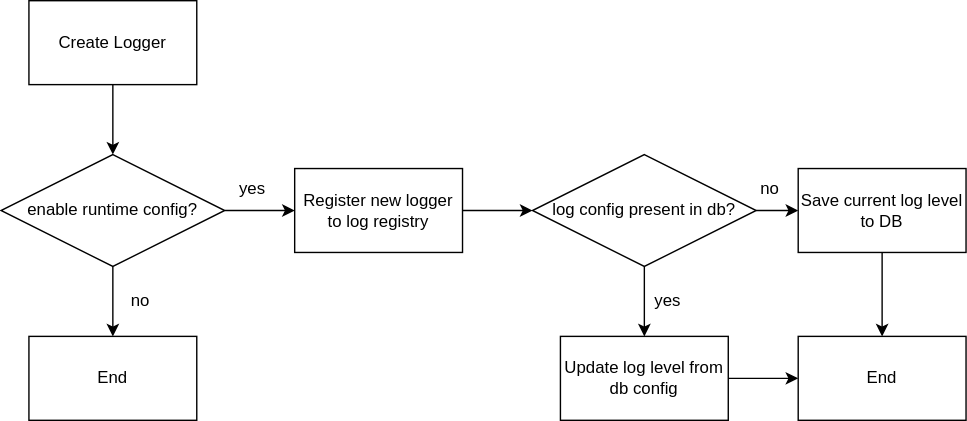
sonic-net/SONiC keeps this draw.io diagram as doc/syslog/images/python_logger_create_flow.svg. Above is the earlier version. Source tidied: cells renumbered, new cells last; positions are measured from the earlier drawing's top-left corner, leaving out a move shared by most shapes. Its diagram source:
```xml
<mxGraphModel>
  <root>
    <mxCell id="0" />
    <mxCell id="1" parent="0" />
    <mxCell id="2" style="edgeStyle=none;html=1;" parent="1" edge="1" source="3" target="6">
      <mxGeometry relative="1" as="geometry" />
    </mxCell>
    <mxCell id="3" value="Create Logger" style="rounded=0;whiteSpace=wrap;html=1;" parent="1" vertex="1">
      <mxGeometry x="20" width="120" height="60" as="geometry" />
    </mxCell>
    <mxCell id="4" style="edgeStyle=none;html=1;" parent="1" edge="1" source="6" target="7">
      <mxGeometry relative="1" as="geometry" />
    </mxCell>
    <mxCell id="5" style="edgeStyle=none;html=1;" parent="1" edge="1" source="6" target="16">
      <mxGeometry relative="1" as="geometry" />
    </mxCell>
    <mxCell id="6" value="enable runtime config?" style="rhombus;whiteSpace=wrap;html=1;" parent="1" vertex="1">
      <mxGeometry y="110" width="160" height="80" as="geometry" />
    </mxCell>
    <mxCell id="7" value="End" style="rounded=0;whiteSpace=wrap;html=1;" parent="1" vertex="1">
      <mxGeometry x="20" y="240" width="120" height="60" as="geometry" />
    </mxCell>
    <mxCell id="8" style="edgeStyle=none;html=1;" parent="1" edge="1" source="9" target="18">
      <mxGeometry relative="1" as="geometry" />
    </mxCell>
    <mxCell id="9" value="Update log level from db config" style="rounded=0;whiteSpace=wrap;html=1;" parent="1" vertex="1">
      <mxGeometry x="400" y="240" width="120" height="60" as="geometry" />
    </mxCell>
    <mxCell id="10" value="no" style="text;html=1;strokeColor=none;fillColor=none;align=center;verticalAlign=middle;whiteSpace=wrap;rounded=0;" parent="1" vertex="1">
      <mxGeometry x="70" y="200" width="60" height="30" as="geometry" />
    </mxCell>
    <mxCell id="11" style="edgeStyle=none;html=1;" parent="1" edge="1" source="13" target="9">
      <mxGeometry relative="1" as="geometry" />
    </mxCell>
    <mxCell id="12" style="edgeStyle=none;html=1;" parent="1" edge="1" source="13" target="21">
      <mxGeometry relative="1" as="geometry" />
    </mxCell>
    <mxCell id="13" value="log config present in db?" style="rhombus;whiteSpace=wrap;html=1;" parent="1" vertex="1">
      <mxGeometry x="380" y="110" width="160" height="80" as="geometry" />
    </mxCell>
    <mxCell id="14" value="yes" style="text;html=1;strokeColor=none;fillColor=none;align=center;verticalAlign=middle;whiteSpace=wrap;rounded=0;" parent="1" vertex="1">
      <mxGeometry x="150" y="120" width="60" height="30" as="geometry" />
    </mxCell>
    <mxCell id="15" style="edgeStyle=none;html=1;" parent="1" edge="1" source="16" target="13">
      <mxGeometry relative="1" as="geometry" />
    </mxCell>
    <mxCell id="16" value="Register new logger to log registry" style="rounded=0;whiteSpace=wrap;html=1;" parent="1" vertex="1">
      <mxGeometry x="210" y="120" width="120" height="60" as="geometry" />
    </mxCell>
    <mxCell id="17" value="yes" style="text;html=1;strokeColor=none;fillColor=none;align=center;verticalAlign=middle;whiteSpace=wrap;rounded=0;" parent="1" vertex="1">
      <mxGeometry x="447" y="200" width="60" height="30" as="geometry" />
    </mxCell>
    <mxCell id="18" value="End" style="rounded=0;whiteSpace=wrap;html=1;" parent="1" vertex="1">
      <mxGeometry x="570" y="240" width="120" height="60" as="geometry" />
    </mxCell>
    <mxCell id="19" value="no" style="text;html=1;strokeColor=none;fillColor=none;align=center;verticalAlign=middle;whiteSpace=wrap;rounded=0;" parent="1" vertex="1">
      <mxGeometry x="520" y="120" width="60" height="30" as="geometry" />
    </mxCell>
    <mxCell id="20" style="edgeStyle=none;html=1;" parent="1" edge="1" source="21" target="18">
      <mxGeometry relative="1" as="geometry" />
    </mxCell>
    <mxCell id="21" value="Save current log level to DB" style="rounded=0;whiteSpace=wrap;html=1;" parent="1" vertex="1">
      <mxGeometry x="570" y="120" width="120" height="60" as="geometry" />
    </mxCell>
  </root>
</mxGraphModel>
```
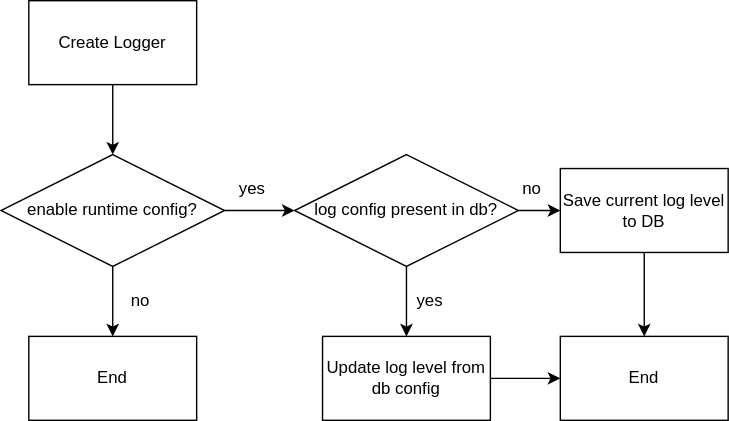
The same diagram one commit later.

What changed in the source:
```diff
@@ -6,19 +6,21 @@
       <mxGeometry relative="1" as="geometry" />
     </mxCell>
     <mxCell id="3" value="Create Logger" style="rounded=0;whiteSpace=wrap;html=1;" parent="1" vertex="1">
-      <mxGeometry x="20" width="120" height="60" as="geometry" />
+      <mxGeometry x="190" width="120" height="60" as="geometry" />
     </mxCell>
     <mxCell id="4" style="edgeStyle=none;html=1;" parent="1" edge="1" source="6" target="7">
       <mxGeometry relative="1" as="geometry" />
     </mxCell>
-    <mxCell id="5" style="edgeStyle=none;html=1;" parent="1" edge="1" source="6" target="16">
-      <mxGeometry relative="1" as="geometry" />
+    <mxCell id="5" style="edgeStyle=none;html=1;" parent="1" edge="1" source="6">
+      <mxGeometry relative="1" as="geometry">
+        <mxPoint x="380" y="150" as="targetPoint" />
+      </mxGeometry>
     </mxCell>
     <mxCell id="6" value="enable runtime config?" style="rhombus;whiteSpace=wrap;html=1;" parent="1" vertex="1">
-      <mxGeometry y="110" width="160" height="80" as="geometry" />
+      <mxGeometry x="170" y="110" width="160" height="80" as="geometry" />
     </mxCell>
     <mxCell id="7" value="End" style="rounded=0;whiteSpace=wrap;html=1;" parent="1" vertex="1">
-      <mxGeometry x="20" y="240" width="120" height="60" as="geometry" />
+      <mxGeometry x="190" y="240" width="120" height="60" as="geometry" />
     </mxCell>
     <mxCell id="8" style="edgeStyle=none;html=1;" parent="1" edge="1" source="9" target="18">
       <mxGeometry relative="1" as="geometry" />
@@ -27,7 +29,7 @@
       <mxGeometry x="400" y="240" width="120" height="60" as="geometry" />
     </mxCell>
     <mxCell id="10" value="no" style="text;html=1;strokeColor=none;fillColor=none;align=center;verticalAlign=middle;whiteSpace=wrap;rounded=0;" parent="1" vertex="1">
-      <mxGeometry x="70" y="200" width="60" height="30" as="geometry" />
+      <mxGeometry x="240" y="200" width="60" height="30" as="geometry" />
     </mxCell>
     <mxCell id="11" style="edgeStyle=none;html=1;" parent="1" edge="1" source="13" target="9">
       <mxGeometry relative="1" as="geometry" />
@@ -39,14 +41,8 @@
       <mxGeometry x="380" y="110" width="160" height="80" as="geometry" />
     </mxCell>
     <mxCell id="14" value="yes" style="text;html=1;strokeColor=none;fillColor=none;align=center;verticalAlign=middle;whiteSpace=wrap;rounded=0;" parent="1" vertex="1">
-      <mxGeometry x="150" y="120" width="60" height="30" as="geometry" />
+      <mxGeometry x="320" y="120" width="60" height="30" as="geometry" />
     </mxCell>
-    <mxCell id="15" style="edgeStyle=none;html=1;" parent="1" edge="1" source="16" target="13">
-      <mxGeometry relative="1" as="geometry" />
-    </mxCell>
-    <mxCell id="16" value="Register new logger to log registry" style="rounded=0;whiteSpace=wrap;html=1;" parent="1" vertex="1">
-      <mxGeometry x="210" y="120" width="120" height="60" as="geometry" />
-    </mxCell>
     <mxCell id="17" value="yes" style="text;html=1;strokeColor=none;fillColor=none;align=center;verticalAlign=middle;whiteSpace=wrap;rounded=0;" parent="1" vertex="1">
       <mxGeometry x="447" y="200" width="60" height="30" as="geometry" />
     </mxCell>
```
